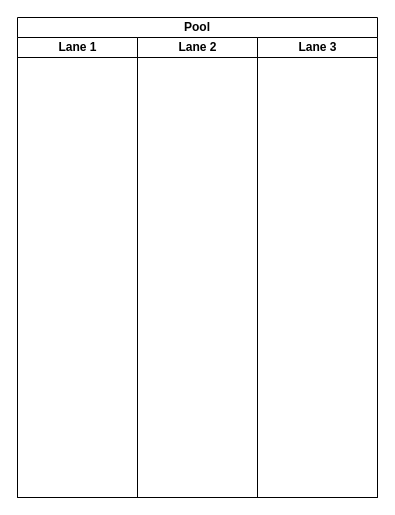
This is CloudBIllingWorkflow.drawio from Arif-Badhon/BongoBD, a draw.io file, before an edit. Source tidied: cells renumbered, new cells numbered last; positions are measured from the earlier drawing's top-left corner, leaving out a move shared by most shapes. Both pictures are drawn from the tidied source at 100%, with x=0, y=0 at pixel (17, 17).
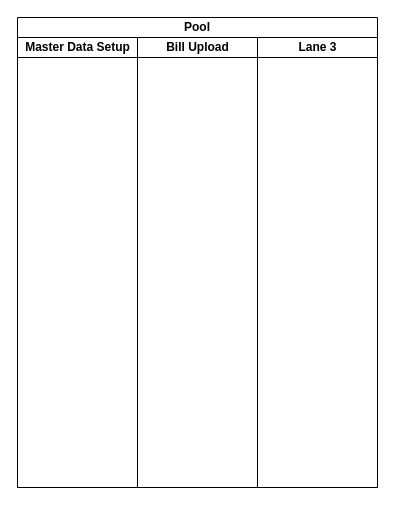
Above is the later version.

Diff of the diagram source:
```diff
@@
 <mxGraphModel>
   <root>
     <mxCell id="0" />
     <mxCell id="1" parent="0" />
     <mxCell id="2" value="Pool" style="swimlane;html=1;startSize=20;whiteSpace=wrap;" parent="1" vertex="1">
-      <mxGeometry width="360" height="480" as="geometry" />
+      <mxGeometry width="360" height="470" as="geometry" />
     </mxCell>
-    <mxCell id="3" value="Lane 1" style="swimlane;html=1;startSize=20;" parent="2" vertex="1">
-      <mxGeometry y="20" width="120" height="460" as="geometry" />
+    <mxCell id="3" value="Master Data Setup" style="swimlane;html=1;startSize=20;" parent="2" vertex="1">
+      <mxGeometry y="20" width="120" height="450" as="geometry" />
     </mxCell>
-    <mxCell id="4" value="Lane 2" style="swimlane;html=1;startSize=20;" parent="2" vertex="1">
-      <mxGeometry x="120" y="20" width="120" height="460" as="geometry" />
+    <mxCell id="4" value="Bill Upload" style="swimlane;html=1;startSize=20;" parent="2" vertex="1">
+      <mxGeometry x="120" y="20" width="120" height="450" as="geometry" />
     </mxCell>
     <mxCell id="5" value="Lane 3" style="swimlane;html=1;startSize=20;" parent="2" vertex="1">
-      <mxGeometry x="240" y="20" width="120" height="460" as="geometry" />
+      <mxGeometry x="240" y="20" width="120" height="450" as="geometry" />
     </mxCell>
   </root>
 </mxGraphModel>
```
